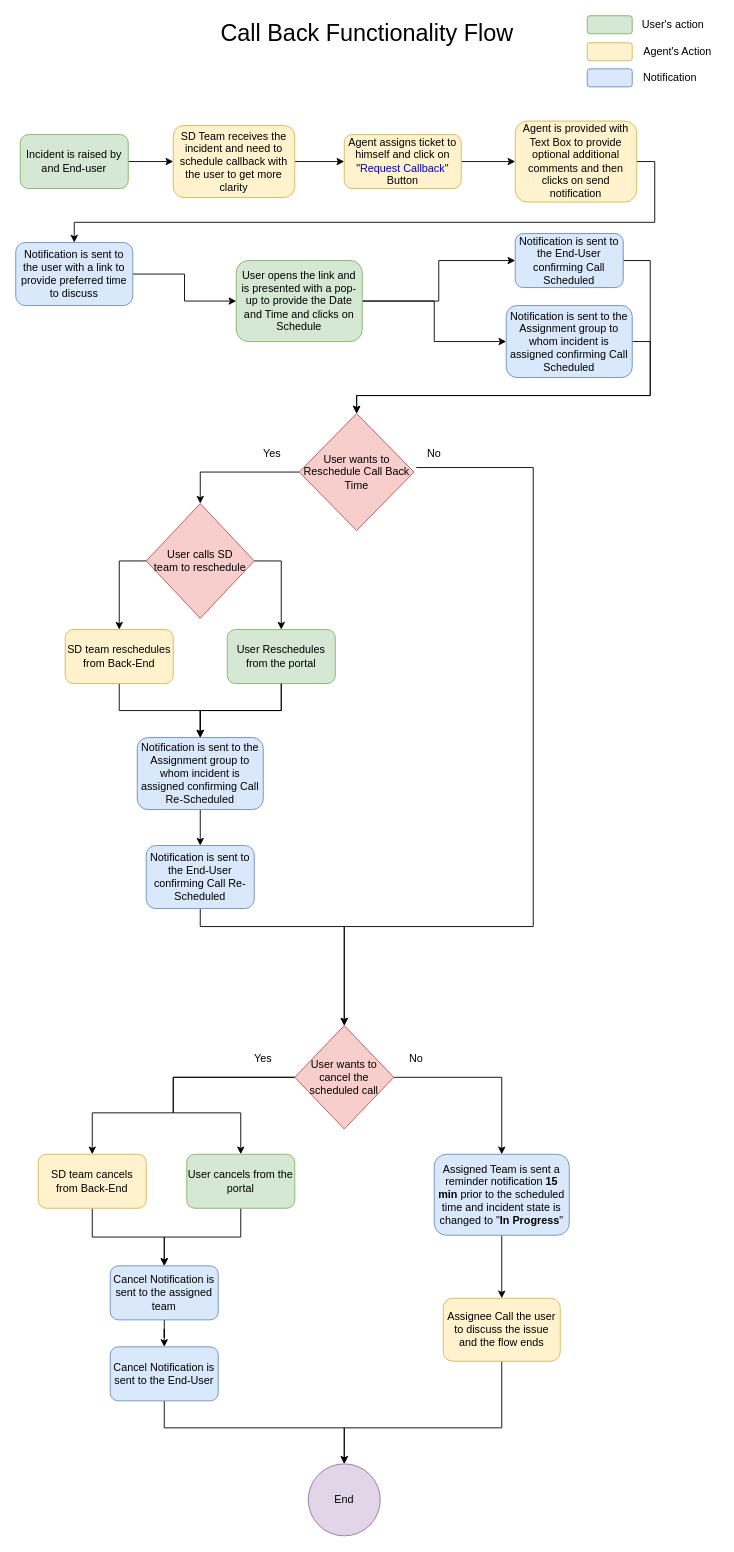
Above: Untitled Diagram.drawio in sunjyot1993/Call-Back-Flow (draw.io), before the change. Source tidied: cells renumbered, new cells numbered last; positions are measured from the earlier drawing's top-left corner, leaving out a move shared by most shapes. Both pictures are drawn from the tidied source at 90%, with x=0, y=0 at pixel (15, 15).
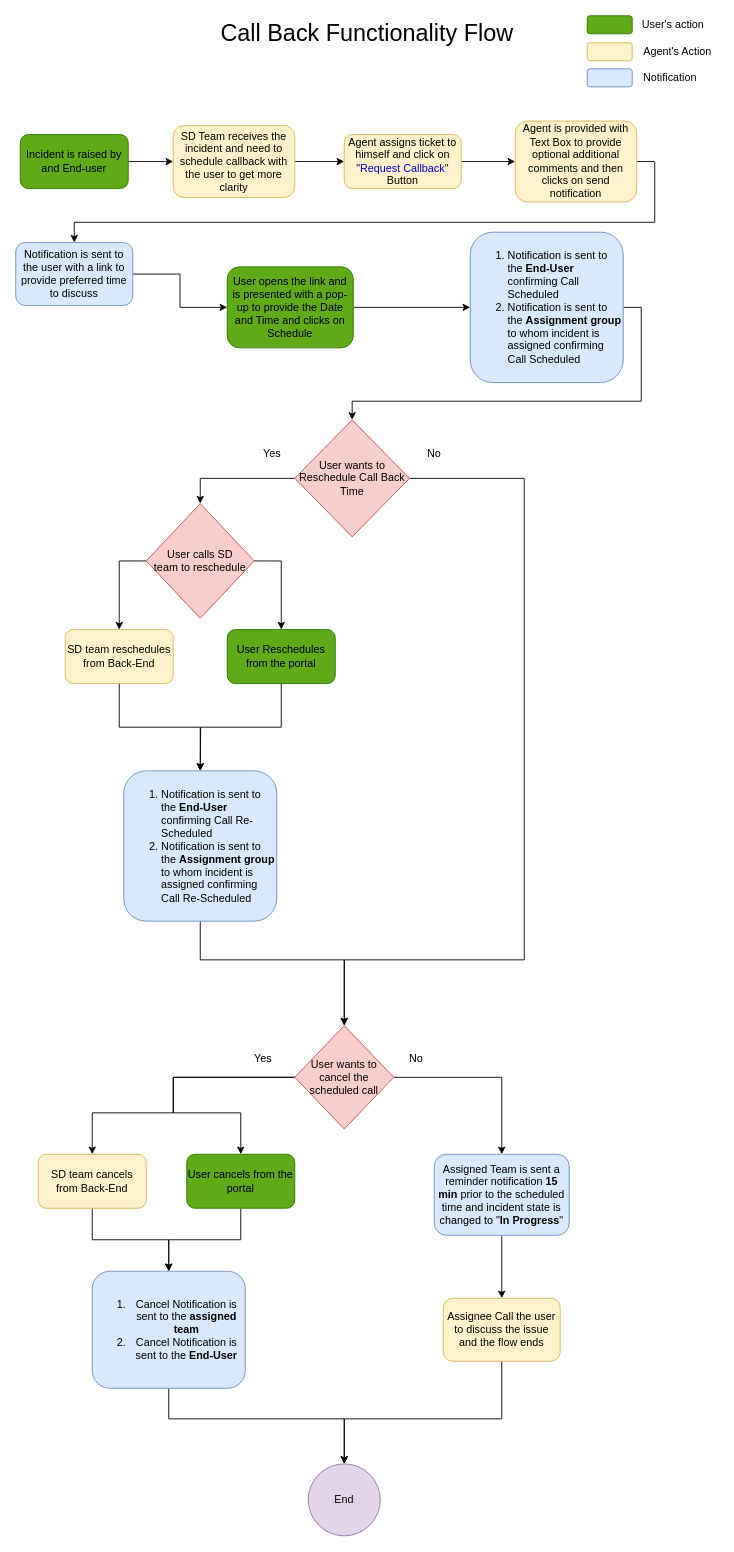
The same diagram, later.

Unchanged cells that the change refers to:
```xml
<mxCell id="23" value="End" style="ellipse;whiteSpace=wrap;html=1;fillColor=#e1d5e7;strokeColor=#9673a6;" parent="1" vertex="1">
  <mxGeometry x="325" y="1609" width="80" height="80" as="geometry" />
</mxCell>
<mxCell id="25" value="Assignee Call the user to discuss the issue and the flow ends" style="rounded=1;whiteSpace=wrap;html=1;fillColor=#fff2cc;strokeColor=#d6b656;" parent="1" vertex="1">
  <mxGeometry x="475" y="1425" width="130" height="70" as="geometry" />
</mxCell>
<mxCell id="27" value="No" style="text;html=1;strokeColor=none;fillColor=none;align=center;verticalAlign=middle;whiteSpace=wrap;rounded=0;" parent="1" vertex="1">
  <mxGeometry x="445" y="472" width="40" height="30" as="geometry" />
</mxCell>
<mxCell id="32" value="SD team reschedules from Back-End" style="rounded=1;whiteSpace=wrap;html=1;fillColor=#fff2cc;strokeColor=#d6b656;" parent="1" vertex="1">
  <mxGeometry x="55" y="682" width="120" height="60" as="geometry" />
</mxCell>
<mxCell id="44" value="User wants to cancel the scheduled call" style="rhombus;whiteSpace=wrap;html=1;fillColor=#f8cecc;strokeColor=#b85450;" parent="1" vertex="1">
  <mxGeometry x="310" y="1122" width="110" height="115" as="geometry" />
</mxCell>
```

Change to the diagram source:
```diff
@@
-    <mxCell id="3" value="Incident is raised by and End-user" style="rounded=1;whiteSpace=wrap;html=1;fillColor=#d5e8d4;strokeColor=#82b366;" parent="1" vertex="1">
+    <mxCell id="3" value="Incident is raised by and End-user" style="rounded=1;whiteSpace=wrap;html=1;fillColor=#60a917;strokeColor=#2D7600;fontColor=#000000;" parent="1" vertex="1">
       <mxGeometry x="5" y="132" width="120" height="60" as="geometry" />
     </mxCell>
@@
-    <mxCell id="13" style="edgeStyle=orthogonalEdgeStyle;rounded=0;jettySize=auto;html=1;exitX=1;exitY=0.5;exitDx=0;exitDy=0;entryX=0;entryY=0.5;entryDx=0;entryDy=0;" parent="1" edge="1" source="14" target="16">
-      <mxGeometry relative="1" as="geometry">
-        <Array as="points">
-          <mxPoint x="465" y="317" />
-          <mxPoint x="465" y="362" />
-        </Array>
-      </mxGeometry>
-    </mxCell>
-    <mxCell id="14" value="User opens the link and is presented with a pop-up to provide the Date and Time and clicks on Schedule" style="rounded=1;whiteSpace=wrap;html=1;fillColor=#d5e8d4;strokeColor=#82b366;" parent="1" vertex="1">
-      <mxGeometry x="245" y="272" width="140" height="90" as="geometry" />
+    <mxCell id="14" value="User opens the link and is presented with a pop-up to provide the Date and Time and clicks on Schedule" style="rounded=1;whiteSpace=wrap;html=1;fillColor=#60a917;strokeColor=#2D7600;fontColor=#000000;" parent="1" vertex="1">
+      <mxGeometry x="235" y="279" width="140" height="90" as="geometry" />
     </mxCell>
-    <mxCell id="15" style="edgeStyle=orthogonalEdgeStyle;rounded=0;jettySize=auto;html=1;exitX=1;exitY=0.5;exitDx=0;exitDy=0;" parent="1" edge="1" source="16" target="20">
-      <mxGeometry relative="1" as="geometry" />
-    </mxCell>
-    <mxCell id="16" value="Notification is sent to the Assignment group to whom incident is assigned confirming Call Scheduled" style="rounded=1;whiteSpace=wrap;html=1;fillColor=#dae8fc;strokeColor=#6c8ebf;" parent="1" vertex="1">
-      <mxGeometry x="545" y="322" width="140" height="80" as="geometry" />
-    </mxCell>
-    <mxCell id="17" style="edgeStyle=orthogonalEdgeStyle;rounded=0;jettySize=auto;html=1;exitX=1;exitY=0.5;exitDx=0;exitDy=0;entryX=0.5;entryY=0;entryDx=0;entryDy=0;" parent="1" edge="1" source="18" target="20">
-      <mxGeometry relative="1" as="geometry">
-        <Array as="points">
-          <mxPoint x="705" y="272" />
-          <mxPoint x="705" y="422" />
-        </Array>
-      </mxGeometry>
+    <mxCell id="17" style="edgeStyle=orthogonalEdgeStyle;rounded=0;jettySize=auto;html=1;exitX=1;exitY=0.5;exitDx=0;exitDy=0;entryX=0.5;entryY=0;entryDx=0;entryDy=0;fontColor=#000000;" parent="1" edge="1" source="18" target="20">
+      <mxGeometry relative="1" as="geometry" />
     </mxCell>
-    <mxCell id="18" value="Notification is sent to the End-User confirming Call Scheduled" style="rounded=1;whiteSpace=wrap;html=1;fillColor=#dae8fc;strokeColor=#6c8ebf;" parent="1" vertex="1">
-      <mxGeometry x="555" y="242" width="120" height="60" as="geometry" />
+    <mxCell id="18" value="&lt;ol&gt;&lt;li&gt;Notification is sent to the &lt;b&gt;End-User&lt;/b&gt; confirming Call Scheduled&lt;/li&gt;&lt;li&gt;Notification is sent to the &lt;b&gt;Assignment group&lt;/b&gt; to whom incident is assigned confirming Call Scheduled&lt;br&gt;&lt;/li&gt;&lt;/ol&gt;" style="rounded=1;whiteSpace=wrap;html=1;fillColor=#dae8fc;strokeColor=#6c8ebf;align=left;" parent="1" vertex="1">
+      <mxGeometry x="505" y="240.5" width="170" height="167" as="geometry" />
     </mxCell>
@@
+    <mxCell id="62" style="edgeStyle=orthogonalEdgeStyle;rounded=0;jettySize=auto;html=1;exitX=1;exitY=0.5;exitDx=0;exitDy=0;entryX=0.5;entryY=0;entryDx=0;entryDy=0;fontColor=#000000;" parent="1" edge="1" source="20" target="44">
+      <mxGeometry relative="1" as="geometry">
+        <Array as="points">
+          <mxPoint x="565" y="514" />
+          <mxPoint x="565" y="1049" />
+          <mxPoint x="365" y="1049" />
+        </Array>
+      </mxGeometry>
+    </mxCell>
     <mxCell id="20" value="User wants to Reschedule Call Back Time" style="rhombus;whiteSpace=wrap;html=1;fillColor=#f8cecc;strokeColor=#b85450;" parent="1" vertex="1">
-      <mxGeometry x="315" y="442" width="127.5" height="130" as="geometry" />
+      <mxGeometry x="310" y="449" width="127.5" height="130" as="geometry" />
     </mxCell>
@@
     <mxCell id="24" style="edgeStyle=orthogonalEdgeStyle;rounded=0;jettySize=auto;html=1;exitX=0.5;exitY=1;exitDx=0;exitDy=0;entryX=0.5;entryY=0;entryDx=0;entryDy=0;" parent="1" edge="1" source="25" target="23">
       <mxGeometry relative="1" as="geometry">
         <Array as="points">
-          <mxPoint x="540" y="1569" />
-          <mxPoint x="365" y="1569" />
+          <mxPoint x="540" y="1559" />
+          <mxPoint x="365" y="1559" />
         </Array>
       </mxGeometry>
     </mxCell>
@@
-    <mxCell id="26" style="edgeStyle=orthogonalEdgeStyle;rounded=0;jettySize=auto;html=1;exitX=0;exitY=1;exitDx=0;exitDy=0;entryX=0.5;entryY=0;entryDx=0;entryDy=0;" parent="1" edge="1" source="27" target="44">
-      <mxGeometry relative="1" as="geometry">
-        <Array as="points">
-          <mxPoint x="575" y="502" />
-          <mxPoint x="575" y="1012" />
-          <mxPoint x="365" y="1012" />
-        </Array>
-      </mxGeometry>
-    </mxCell>
@@
-    <mxCell id="31" style="edgeStyle=orthogonalEdgeStyle;rounded=0;jettySize=auto;html=1;exitX=0.5;exitY=1;exitDx=0;exitDy=0;entryX=0.5;entryY=0;entryDx=0;entryDy=0;" parent="1" edge="1" source="32" target="39">
-      <mxGeometry relative="1" as="geometry" />
-    </mxCell>
+    <mxCell id="63" style="edgeStyle=orthogonalEdgeStyle;rounded=0;jettySize=auto;html=1;exitX=0.5;exitY=1;exitDx=0;exitDy=0;entryX=0.5;entryY=0;entryDx=0;entryDy=0;fontColor=#000000;" parent="1" edge="1" source="32" target="67">
+      <mxGeometry relative="1" as="geometry" />
+    </mxCell>
@@
-    <mxCell id="33" style="edgeStyle=orthogonalEdgeStyle;rounded=0;jettySize=auto;html=1;exitX=0.5;exitY=1;exitDx=0;exitDy=0;entryX=0.5;entryY=0;entryDx=0;entryDy=0;" parent="1" edge="1" source="34" target="44">
-      <mxGeometry relative="1" as="geometry">
-        <Array as="points">
-          <mxPoint x="205" y="1012" />
-          <mxPoint x="365" y="1012" />
-        </Array>
-      </mxGeometry>
-    </mxCell>
-    <mxCell id="34" value="Notification is sent to the End-User confirming Call Re-Scheduled" style="rounded=1;whiteSpace=wrap;html=1;fillColor=#dae8fc;strokeColor=#6c8ebf;" parent="1" vertex="1">
-      <mxGeometry x="145" y="922" width="120" height="70" as="geometry" />
-    </mxCell>
@@
-    <mxCell id="36" style="edgeStyle=orthogonalEdgeStyle;rounded=0;jettySize=auto;html=1;exitX=0.5;exitY=1;exitDx=0;exitDy=0;entryX=0.5;entryY=0;entryDx=0;entryDy=0;" parent="1" edge="1" source="39" target="34">
-      <mxGeometry relative="1" as="geometry" />
-    </mxCell>
-    <mxCell id="37" style="edgeStyle=orthogonalEdgeStyle;rounded=0;jettySize=auto;html=1;exitX=0.5;exitY=1;exitDx=0;exitDy=0;entryX=0.5;entryY=0;entryDx=0;entryDy=0;" parent="1" edge="1" source="38" target="39">
-      <mxGeometry relative="1" as="geometry" />
-    </mxCell>
+    <mxCell id="64" style="edgeStyle=orthogonalEdgeStyle;rounded=0;jettySize=auto;html=1;exitX=0.5;exitY=1;exitDx=0;exitDy=0;fontColor=#000000;" parent="1" edge="1" source="38">
+      <mxGeometry relative="1" as="geometry">
+        <mxPoint x="205" y="839" as="targetPoint" />
+      </mxGeometry>
+    </mxCell>
-    <mxCell id="38" value="User Reschedules from the portal" style="rounded=1;whiteSpace=wrap;html=1;fillColor=#d5e8d4;strokeColor=#82b366;" parent="1" vertex="1">
+    <mxCell id="38" value="User Reschedules from the portal" style="rounded=1;whiteSpace=wrap;html=1;fillColor=#60a917;strokeColor=#2D7600;fontColor=#000000;" parent="1" vertex="1">
       <mxGeometry x="235" y="682" width="120" height="60" as="geometry" />
     </mxCell>
-    <mxCell id="39" value="Notification is sent to the Assignment group to whom incident is assigned confirming Call Re-Scheduled" style="rounded=1;whiteSpace=wrap;html=1;fillColor=#dae8fc;strokeColor=#6c8ebf;" parent="1" vertex="1">
-      <mxGeometry x="135" y="802" width="140" height="80" as="geometry" />
-    </mxCell>
-    <mxCell id="40" style="edgeStyle=orthogonalEdgeStyle;rounded=0;jettySize=auto;html=1;exitX=0.5;exitY=1;exitDx=0;exitDy=0;entryX=0.5;entryY=0;entryDx=0;entryDy=0;" parent="1" edge="1" source="38" target="39">
-      <mxGeometry relative="1" as="geometry" />
-    </mxCell>
@@
-    <mxCell id="45" style="edgeStyle=orthogonalEdgeStyle;rounded=0;jettySize=auto;html=1;" parent="1" edge="1" source="46" target="48">
-      <mxGeometry relative="1" as="geometry" />
-    </mxCell>
+    <mxCell id="65" style="edgeStyle=orthogonalEdgeStyle;rounded=0;jettySize=auto;html=1;exitX=0.5;exitY=1;exitDx=0;exitDy=0;fontColor=#000000;" parent="1" edge="1" source="46">
+      <mxGeometry relative="1" as="geometry">
+        <mxPoint x="365" y="1609" as="targetPoint" />
+        <Array as="points">
+          <mxPoint x="170" y="1559" />
+          <mxPoint x="365" y="1559" />
+        </Array>
+      </mxGeometry>
+    </mxCell>
-    <mxCell id="46" value="Cancel Notification is sent to the assigned team" style="rounded=1;whiteSpace=wrap;html=1;fillColor=#dae8fc;strokeColor=#6c8ebf;" parent="1" vertex="1">
-      <mxGeometry x="105" y="1389" width="120" height="60" as="geometry" />
+    <mxCell id="46" value="&lt;ol&gt;&lt;li&gt;Cancel Notification is sent to the &lt;b&gt;assigned team&lt;/b&gt;&lt;/li&gt;&lt;li&gt;Cancel Notification is sent to the &lt;b&gt;End-User&lt;/b&gt;&lt;br&gt;&lt;/li&gt;&lt;/ol&gt;" style="rounded=1;whiteSpace=wrap;html=1;fillColor=#dae8fc;strokeColor=#6c8ebf;" parent="1" vertex="1">
+      <mxGeometry x="85" y="1395" width="170" height="130" as="geometry" />
     </mxCell>
-    <mxCell id="47" style="edgeStyle=orthogonalEdgeStyle;rounded=0;jettySize=auto;html=1;exitX=0.5;exitY=1;exitDx=0;exitDy=0;entryX=0.5;entryY=0;entryDx=0;entryDy=0;" parent="1" edge="1" source="48" target="23">
-      <mxGeometry relative="1" as="geometry">
-        <Array as="points">
-          <mxPoint x="165" y="1569" />
-          <mxPoint x="365" y="1569" />
-        </Array>
-      </mxGeometry>
-    </mxCell>
-    <mxCell id="48" value="Cancel Notification is sent to the End-User" style="rounded=1;whiteSpace=wrap;html=1;fillColor=#dae8fc;strokeColor=#6c8ebf;" parent="1" vertex="1">
-      <mxGeometry x="105" y="1479" width="120" height="60" as="geometry" />
-    </mxCell>
-    <mxCell id="49" style="rounded=1;whiteSpace=wrap;html=1;fillColor=#d5e8d4;strokeColor=#82b366;" parent="1" vertex="1">
+    <mxCell id="49" style="rounded=1;whiteSpace=wrap;html=1;fillColor=#60a917;strokeColor=#2D7600;fontColor=#ffffff;" parent="1" vertex="1">
       <mxGeometry x="635" width="50" height="20" as="geometry" />
     </mxCell>
@@
-    <mxCell id="61" value="User cancels from the portal" style="rounded=1;whiteSpace=wrap;html=1;fillColor=#d5e8d4;strokeColor=#82b366;" parent="1" vertex="1">
+    <mxCell id="61" value="User cancels from the portal" style="rounded=1;whiteSpace=wrap;html=1;fillColor=#60a917;strokeColor=#2D7600;fontColor=#000000;" parent="1" vertex="1">
       <mxGeometry x="190" y="1265" width="120" height="60" as="geometry" />
     </mxCell>
+    <mxCell id="66" style="edgeStyle=orthogonalEdgeStyle;rounded=0;jettySize=auto;html=1;exitX=0.5;exitY=1;exitDx=0;exitDy=0;entryX=0.5;entryY=0;entryDx=0;entryDy=0;fontColor=#000000;" parent="1" edge="1" source="67" target="44">
+      <mxGeometry relative="1" as="geometry">
+        <Array as="points">
+          <mxPoint x="205" y="1049" />
+          <mxPoint x="365" y="1049" />
+        </Array>
+      </mxGeometry>
+    </mxCell>
+    <mxCell id="67" value="&lt;ol&gt;&lt;li&gt;Notification is sent to the &lt;b&gt;End-User&lt;/b&gt; confirming Call Re-Scheduled&lt;/li&gt;&lt;li&gt;Notification is sent to the &lt;b&gt;Assignment group&lt;/b&gt; to whom incident is assigned confirming Call Re-Scheduled&lt;br&gt;&lt;/li&gt;&lt;/ol&gt;" style="rounded=1;whiteSpace=wrap;html=1;fillColor=#dae8fc;strokeColor=#6c8ebf;align=left;" parent="1" vertex="1">
+      <mxGeometry x="120" y="839" width="170" height="167" as="geometry" />
+    </mxCell>
```
